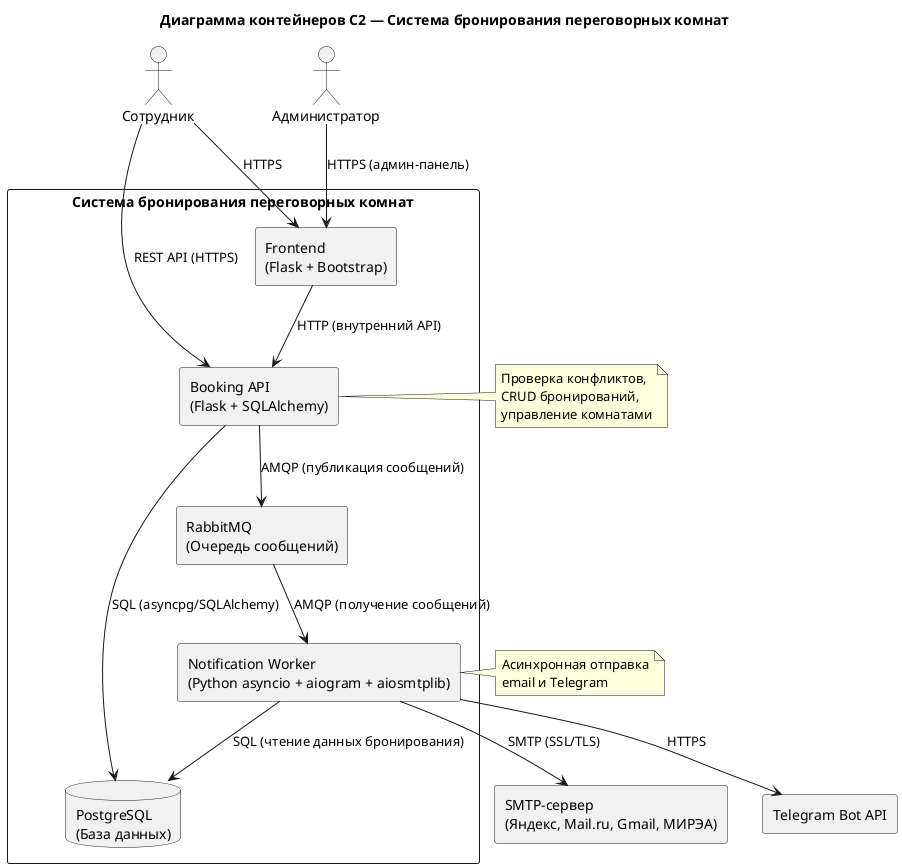
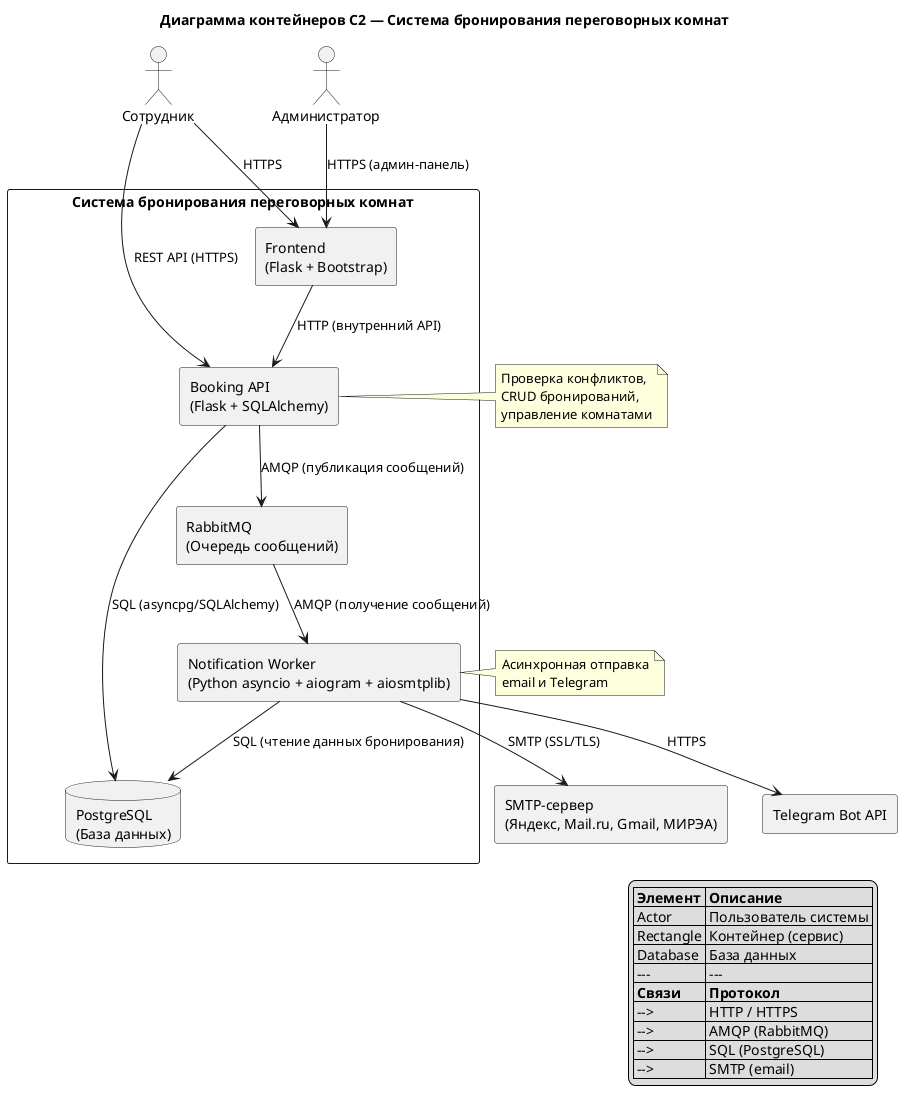
@startuml
title Диаграмма контейнеров C2 — Система бронирования переговорных комнат

' Пользователи
actor "Сотрудник" as Employee
actor "Администратор" as Admin

' Наша система (контейнеры)
rectangle "Система бронирования переговорных комнат" {

  rectangle "Frontend\n(Flask + Bootstrap)" as Frontend
  rectangle "Booking API\n(Flask + SQLAlchemy)" as BookingAPI
  rectangle "Notification Worker\n(Python asyncio + aiogram + aiosmtplib)" as Worker
  rectangle "RabbitMQ\n(Очередь сообщений)" as RabbitMQ
  database "PostgreSQL\n(База данных)" as DB

}

' Внешние системы
rectangle "SMTP-сервер\n(Яндекс, Mail.ru, Gmail, МИРЭА)" as SMTP
rectangle "Telegram Bot API" as Telegram

' Связи пользователей
Employee --> Frontend : "HTTPS"
Employee --> BookingAPI : "REST API (HTTPS)"
Admin --> Frontend : "HTTPS (админ-панель)"

' Внутренние связи
Frontend --> BookingAPI : "HTTP (внутренний API)"
BookingAPI --> DB : "SQL (asyncpg/SQLAlchemy)"
BookingAPI --> RabbitMQ : "AMQP (публикация сообщений)"
RabbitMQ --> Worker : "AMQP (получение сообщений)"
Worker --> DB : "SQL (чтение данных бронирования)"
Worker --> SMTP : "SMTP (SSL/TLS)"
Worker --> Telegram : "HTTPS"

' Примечания
note right of BookingAPI
  Проверка конфликтов,
  CRUD бронирований,
  управление комнатами
end note

note right of Worker
  Асинхронная отправка
  email и Telegram
end note

+ ' Легенда
+ legend right
+   | <b>Элемент</b> | <b>Описание</b> |
+   | Actor | Пользователь системы |
+   | Rectangle | Контейнер (сервис) |
+   | Database | База данных |
+   | --- | --- |
+   | <b>Связи</b> | <b>Протокол</b> |
+   | --> | HTTP / HTTPS |
+   | --> | AMQP (RabbitMQ) |
+   | --> | SQL (PostgreSQL) |
+   | --> | SMTP (email) |
+ endlegend
@enduml